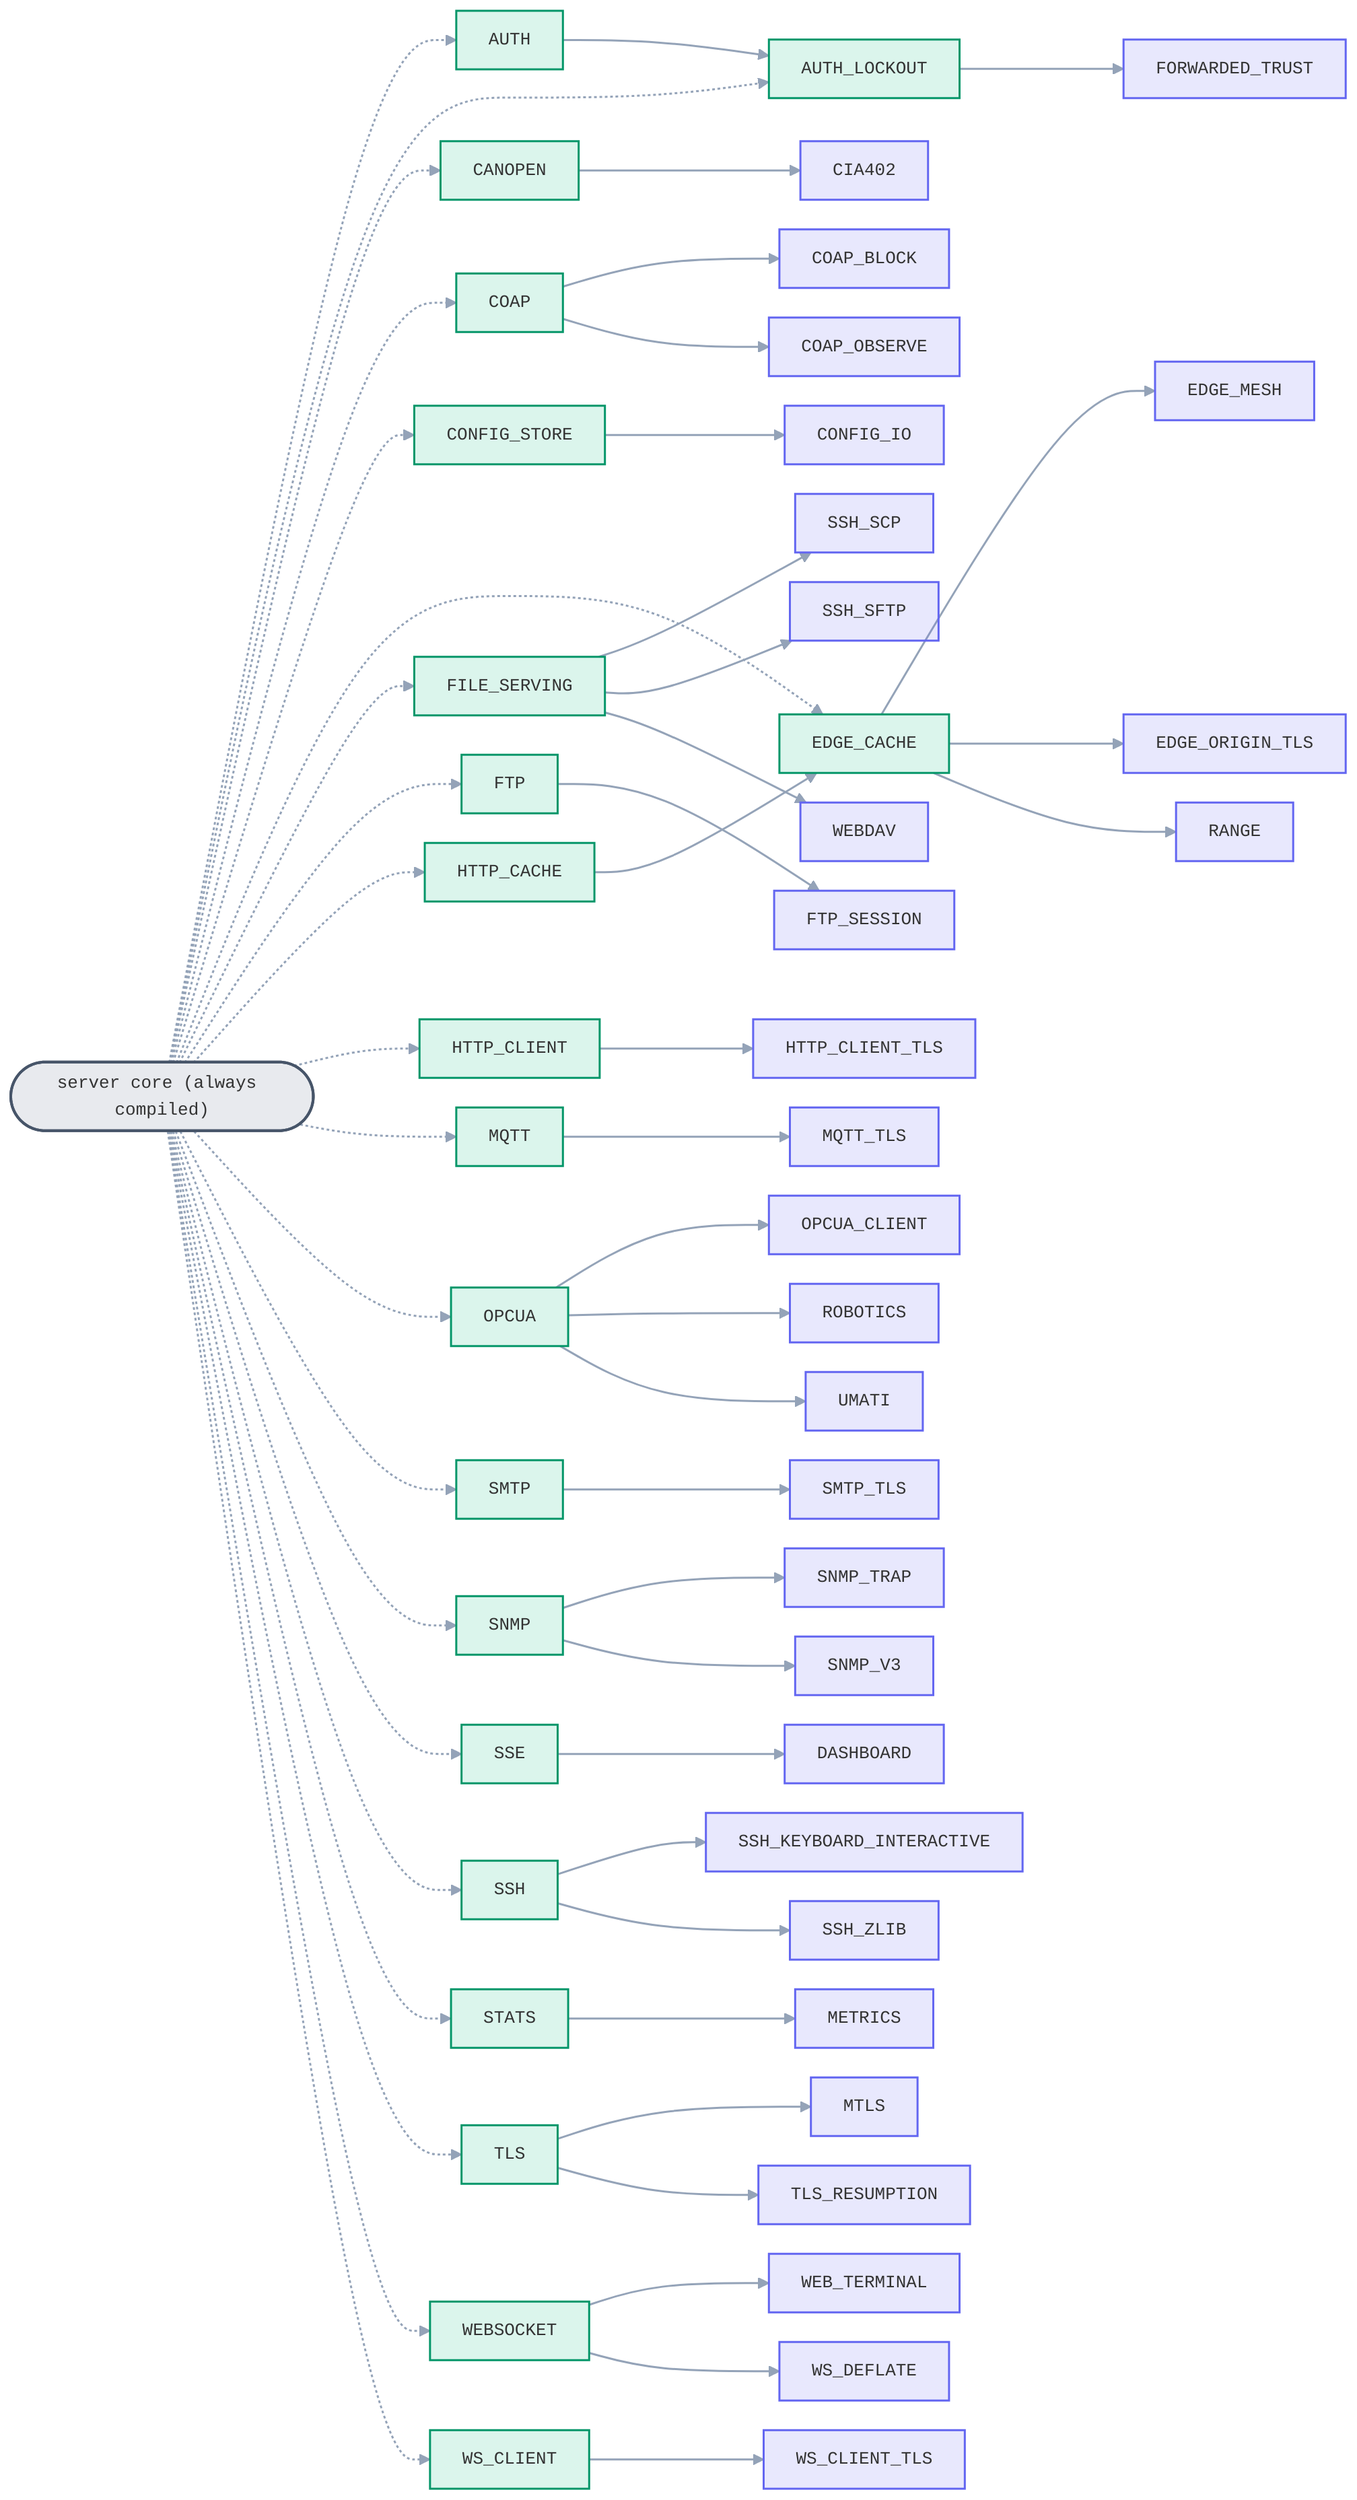
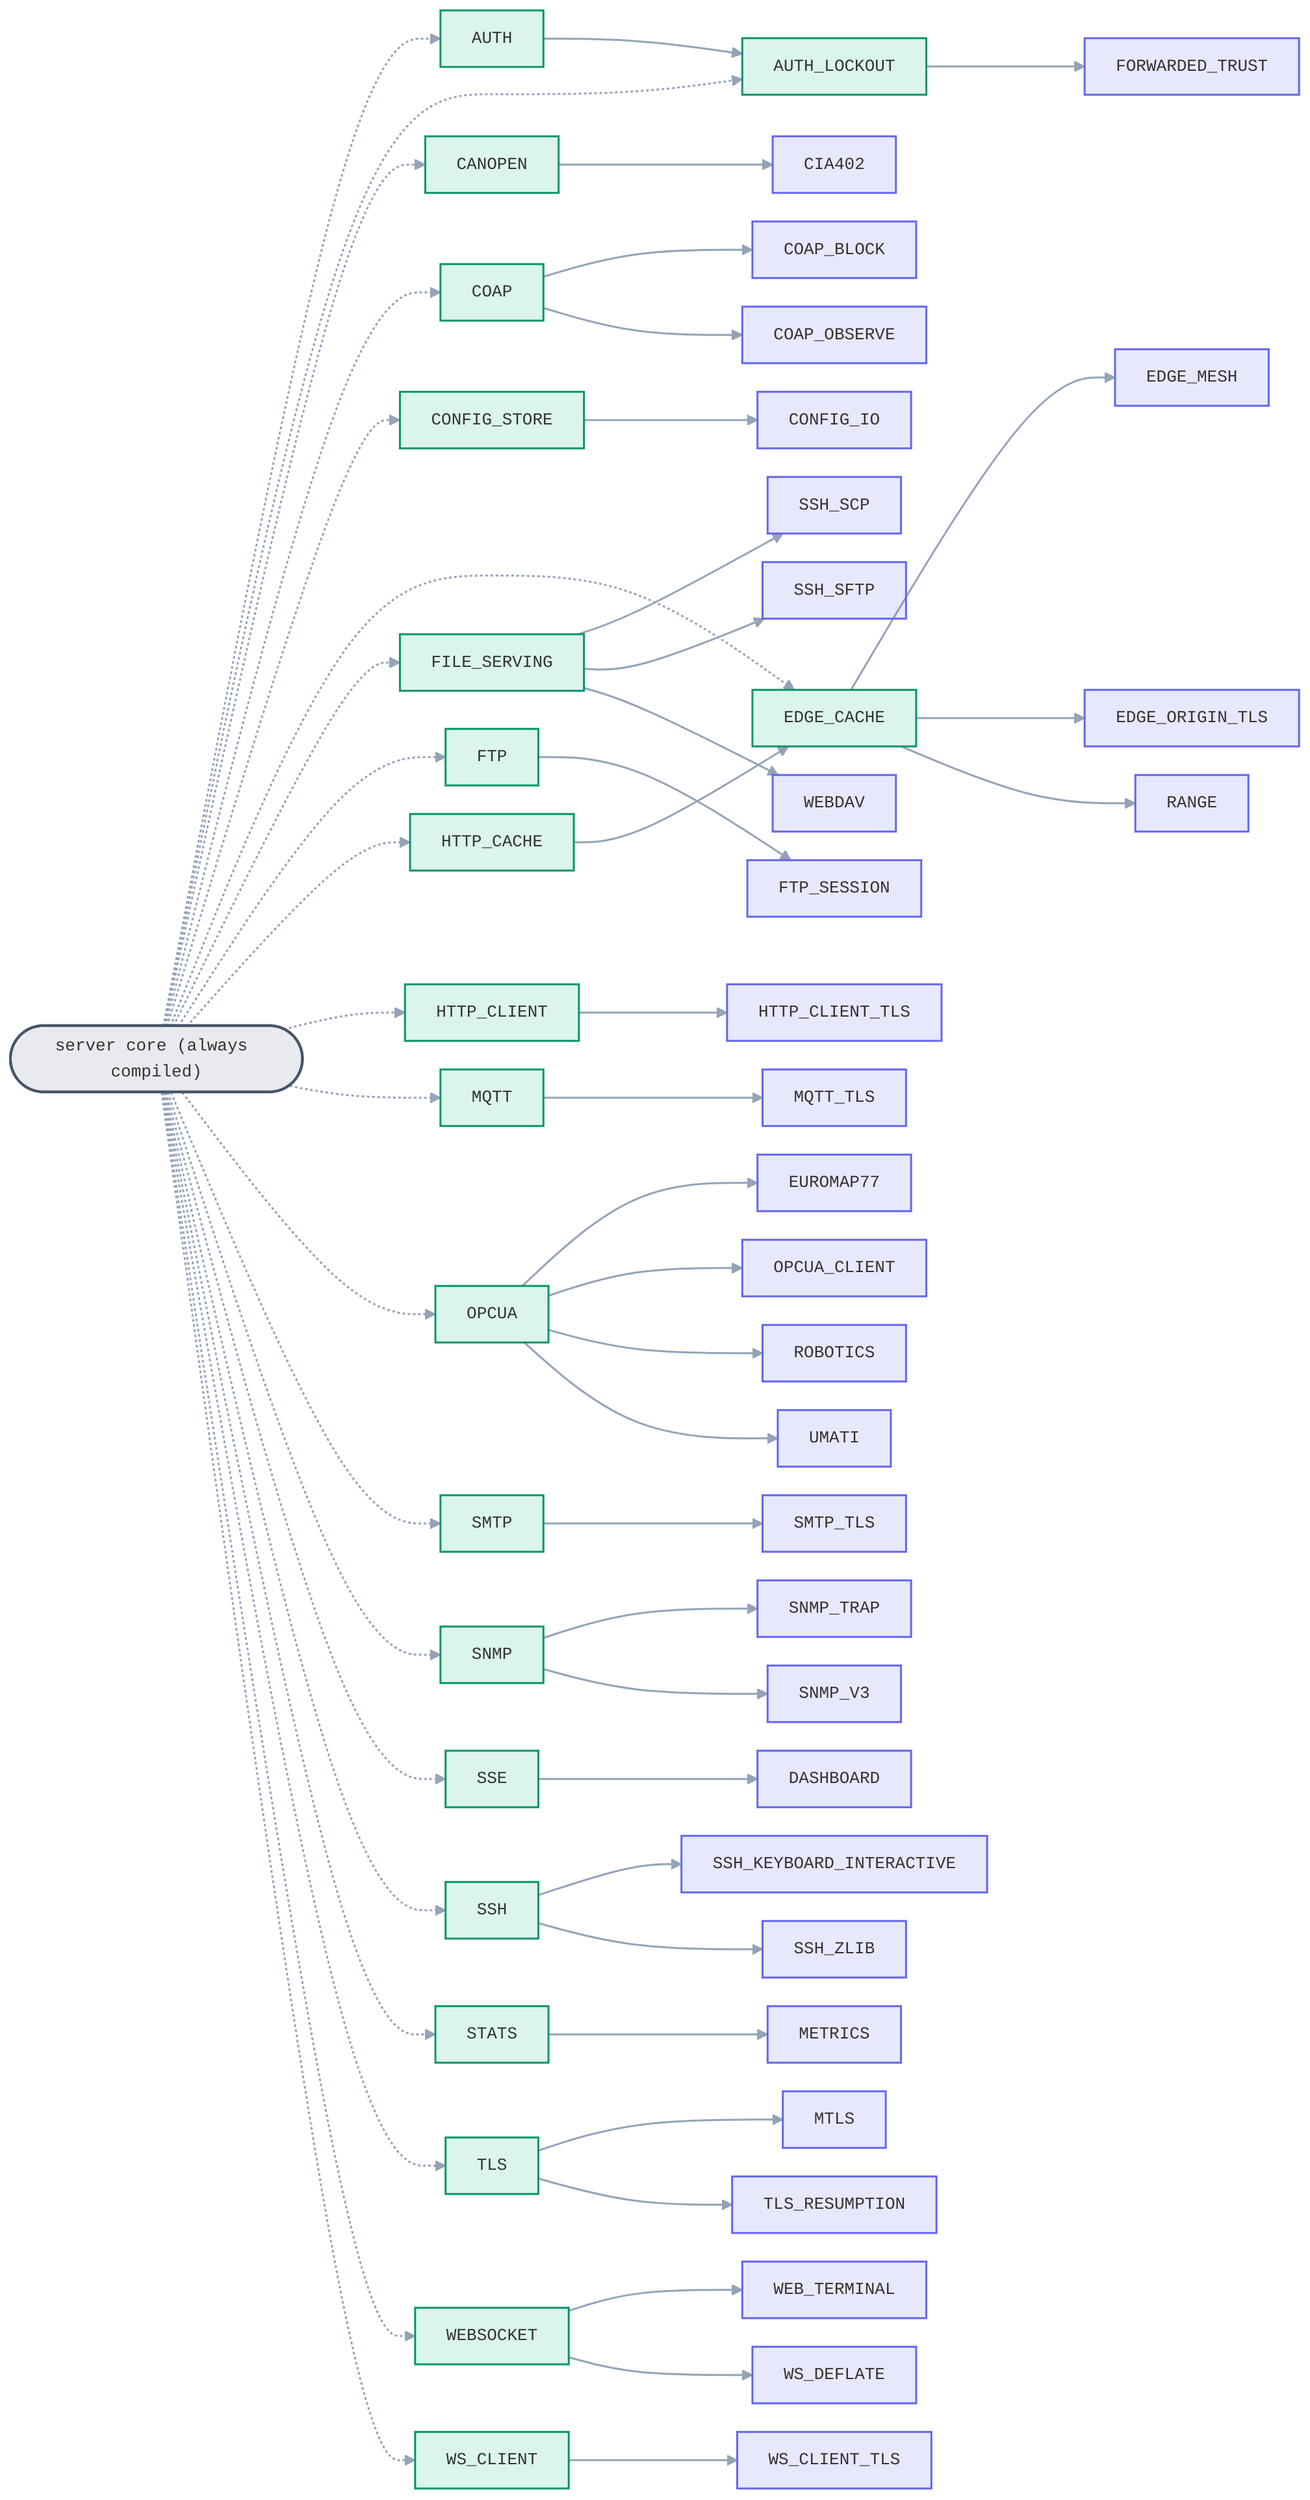
%%{init: {'themeVariables':{'fontFamily':'monospace','fontSize':'13px','lineColor':'#94a3b8'},'flowchart':{'htmlLabels':false,'curve':'basis','nodeSpacing':22,'rankSpacing':75,'padding':12,'useMaxWidth':false}}}%%
flowchart LR
  %% Optional feature families hang off the always-compiled core (dotted = optional, NOT
  %% a dependency); within a family a solid A --> B means B requires A (a hard #error).
  %% Auto-generated from the #error / #if guards in src/ServerConfig.h.

  CORE(["server core (always compiled)"])
  AUTH["AUTH"]
  AUTH_LOCKOUT["AUTH_LOCKOUT"]
  CANOPEN["CANOPEN"]
  COAP["COAP"]
  CONFIG_STORE["CONFIG_STORE"]
  EDGE_CACHE["EDGE_CACHE"]
  FILE_SERVING["FILE_SERVING"]
  FTP["FTP"]
  HTTP_CACHE["HTTP_CACHE"]
  HTTP_CLIENT["HTTP_CLIENT"]
  MQTT["MQTT"]
  OPCUA["OPCUA"]
  SMTP["SMTP"]
  SNMP["SNMP"]
  SSE["SSE"]
  SSH["SSH"]
  STATS["STATS"]
  TLS["TLS"]
  WEBSOCKET["WEBSOCKET"]
  WS_CLIENT["WS_CLIENT"]
  CIA402["CIA402"]
  COAP_BLOCK["COAP_BLOCK"]
  COAP_OBSERVE["COAP_OBSERVE"]
  CONFIG_IO["CONFIG_IO"]
  DASHBOARD["DASHBOARD"]
  EDGE_MESH["EDGE_MESH"]
  EDGE_ORIGIN_TLS["EDGE_ORIGIN_TLS"]
+   EUROMAP77["EUROMAP77"]
  FORWARDED_TRUST["FORWARDED_TRUST"]
  FTP_SESSION["FTP_SESSION"]
  HTTP_CLIENT_TLS["HTTP_CLIENT_TLS"]
  METRICS["METRICS"]
  MQTT_TLS["MQTT_TLS"]
  MTLS["MTLS"]
  OPCUA_CLIENT["OPCUA_CLIENT"]
  RANGE["RANGE"]
  ROBOTICS["ROBOTICS"]
  SMTP_TLS["SMTP_TLS"]
  SNMP_TRAP["SNMP_TRAP"]
  SNMP_V3["SNMP_V3"]
  SSH_KEYBOARD_INTERACTIVE["SSH_KEYBOARD_INTERACTIVE"]
  SSH_SCP["SSH_SCP"]
  SSH_SFTP["SSH_SFTP"]
  SSH_ZLIB["SSH_ZLIB"]
  TLS_RESUMPTION["TLS_RESUMPTION"]
  UMATI["UMATI"]
  WEBDAV["WEBDAV"]
  WEB_TERMINAL["WEB_TERMINAL"]
  WS_CLIENT_TLS["WS_CLIENT_TLS"]
  WS_DEFLATE["WS_DEFLATE"]

  CORE -.-> AUTH
  CORE -.-> AUTH_LOCKOUT
  CORE -.-> CANOPEN
  CORE -.-> COAP
  CORE -.-> CONFIG_STORE
  CORE -.-> EDGE_CACHE
  CORE -.-> FILE_SERVING
  CORE -.-> FTP
  CORE -.-> HTTP_CACHE
  CORE -.-> HTTP_CLIENT
  CORE -.-> MQTT
  CORE -.-> OPCUA
  CORE -.-> SMTP
  CORE -.-> SNMP
  CORE -.-> SSE
  CORE -.-> SSH
  CORE -.-> STATS
  CORE -.-> TLS
  CORE -.-> WEBSOCKET
  CORE -.-> WS_CLIENT

  AUTH --> AUTH_LOCKOUT
  AUTH_LOCKOUT --> FORWARDED_TRUST
  CANOPEN --> CIA402
  COAP --> COAP_BLOCK
  COAP --> COAP_OBSERVE
  CONFIG_STORE --> CONFIG_IO
  EDGE_CACHE --> EDGE_MESH
  EDGE_CACHE --> EDGE_ORIGIN_TLS
  EDGE_CACHE --> RANGE
  FILE_SERVING --> SSH_SCP
  FILE_SERVING --> SSH_SFTP
  FILE_SERVING --> WEBDAV
  FTP --> FTP_SESSION
  HTTP_CACHE --> EDGE_CACHE
  HTTP_CLIENT --> HTTP_CLIENT_TLS
  MQTT --> MQTT_TLS
+   OPCUA --> EUROMAP77
  OPCUA --> OPCUA_CLIENT
  OPCUA --> ROBOTICS
  OPCUA --> UMATI
  SMTP --> SMTP_TLS
  SNMP --> SNMP_TRAP
  SNMP --> SNMP_V3
  SSE --> DASHBOARD
  SSH --> SSH_KEYBOARD_INTERACTIVE
  SSH --> SSH_ZLIB
  STATS --> METRICS
  TLS --> MTLS
  TLS --> TLS_RESUMPTION
  WEBSOCKET --> WEB_TERMINAL
  WEBSOCKET --> WS_DEFLATE
  WS_CLIENT --> WS_CLIENT_TLS

  class CORE core;
  class AUTH,AUTH_LOCKOUT,CANOPEN,COAP,CONFIG_STORE,EDGE_CACHE,FILE_SERVING,FTP,HTTP_CACHE,HTTP_CLIENT,MQTT,OPCUA,SMTP,SNMP,SSE,SSH,STATS,TLS,WEBSOCKET,WS_CLIENT parent;
-   class CIA402,COAP_BLOCK,COAP_OBSERVE,CONFIG_IO,DASHBOARD,EDGE_MESH,EDGE_ORIGIN_TLS,FORWARDED_TRUST,FTP_SESSION,HTTP_CLIENT_TLS,METRICS,MQTT_TLS,MTLS,OPCUA_CLIENT,RANGE,ROBOTICS,SMTP_TLS,SNMP_TRAP,SNMP_V3,SSH_KEYBOARD_INTERACTIVE,SSH_SCP,SSH_SFTP,SSH_ZLIB,TLS_RESUMPTION,UMATI,WEBDAV,WEB_TERMINAL,WS_CLIENT_TLS,WS_DEFLATE child;
+   class CIA402,COAP_BLOCK,COAP_OBSERVE,CONFIG_IO,DASHBOARD,EDGE_MESH,EDGE_ORIGIN_TLS,EUROMAP77,FORWARDED_TRUST,FTP_SESSION,HTTP_CLIENT_TLS,METRICS,MQTT_TLS,MTLS,OPCUA_CLIENT,RANGE,ROBOTICS,SMTP_TLS,SNMP_TRAP,SNMP_V3,SSH_KEYBOARD_INTERACTIVE,SSH_SCP,SSH_SFTP,SSH_ZLIB,TLS_RESUMPTION,UMATI,WEBDAV,WEB_TERMINAL,WS_CLIENT_TLS,WS_DEFLATE child;
  classDef core fill:#64748b26,stroke:#475569,stroke-width:2px;
  classDef parent fill:#10b98126,stroke:#059669,stroke-width:1.5px;
  classDef child fill:#6366f126,stroke:#6366f1,stroke-width:1.5px;
  linkStyle default stroke-width:1.5px;
